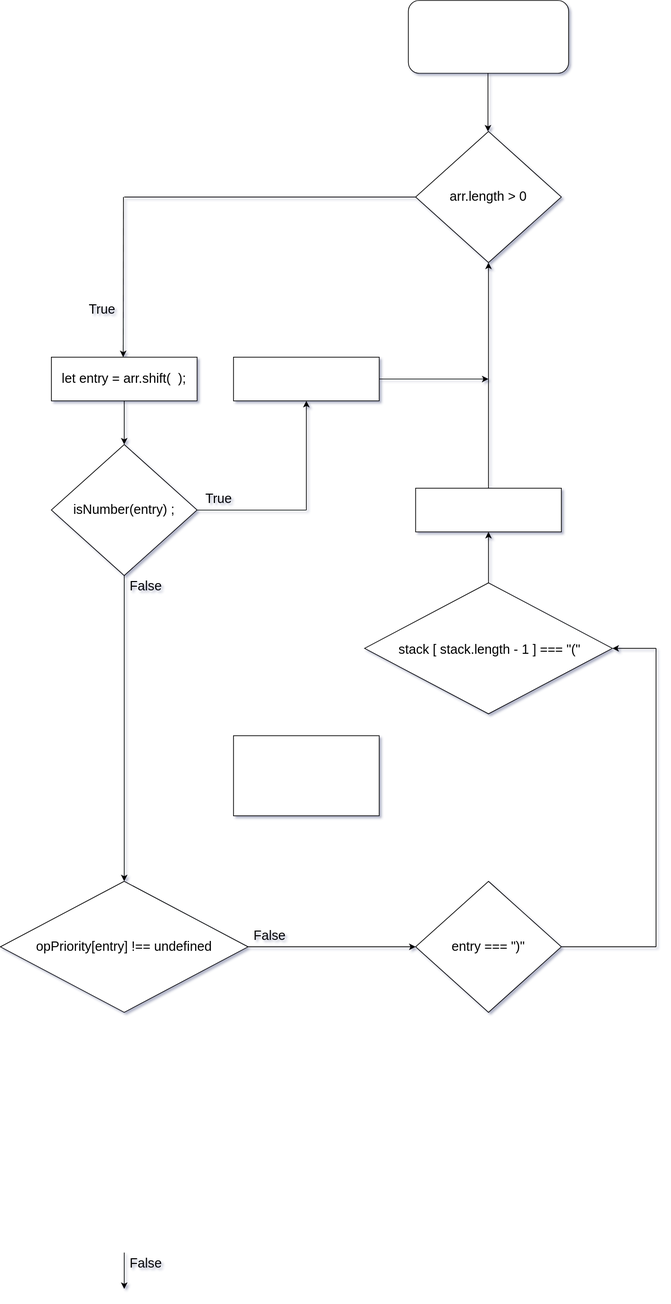
Before: Untitled Diagram.drawio.svg, a diagram exported from draw.io (jcgm3205/jcgm3205). Source tidied: cells renumbered, new cells last; positions are measured from the earlier drawing's top-left corner, leaving out a move shared by most shapes.
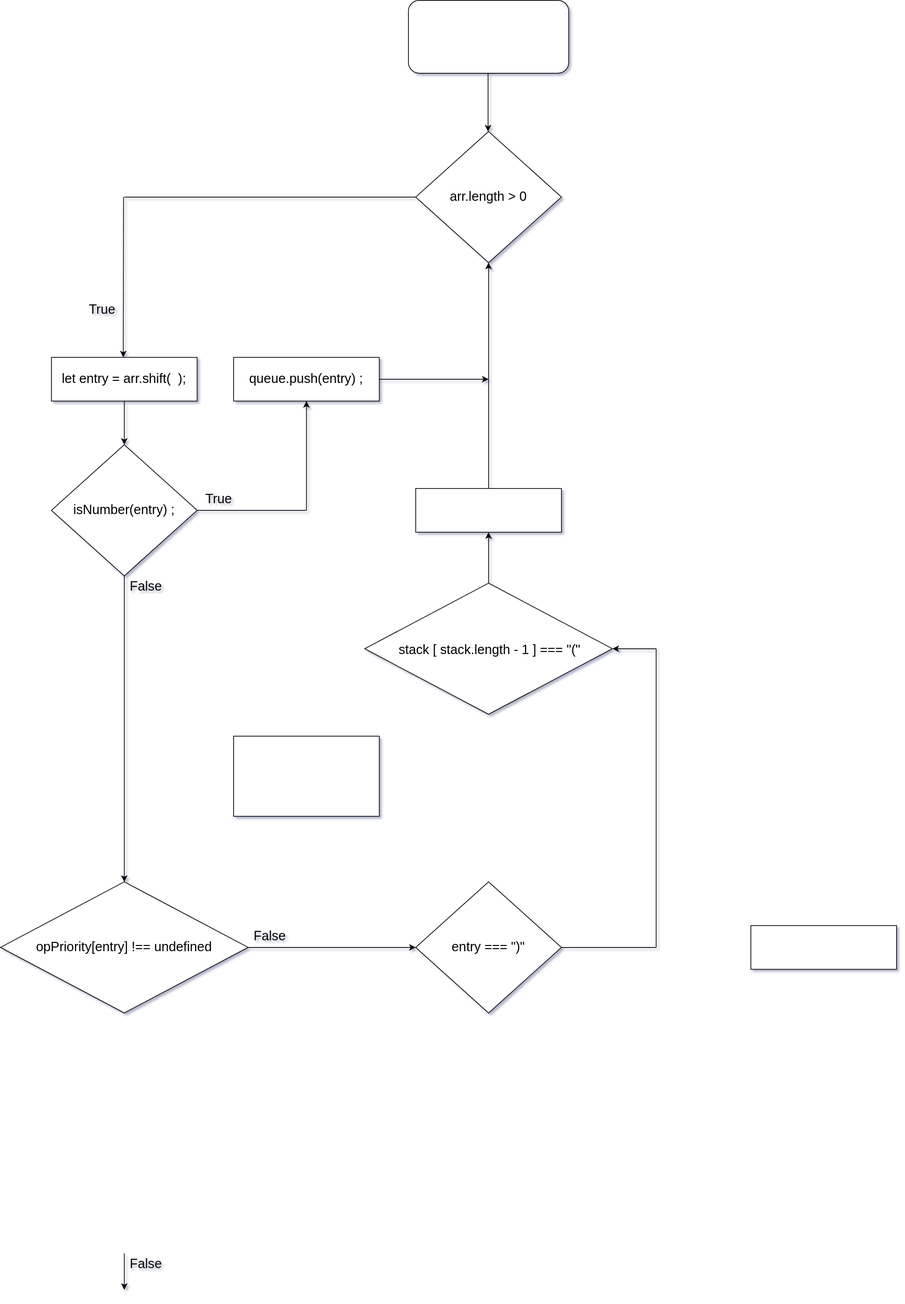
After the commit.

The edit, as a diff of the source:
```diff
@@ -144,5 +144,11 @@
     <mxCell id="37" style="rounded=0;whiteSpace=wrap;html=1;fontSize=18;" parent="1" vertex="1">
       <mxGeometry x="320" y="1010" width="200" height="110" as="geometry" />
     </mxCell>
+    <mxCell id="38" style="rounded=0;whiteSpace=wrap;html=1;fontSize=18;" parent="1" vertex="1">
+      <mxGeometry x="1030" y="1270" width="200" height="60" as="geometry" />
+    </mxCell>
+    <mxCell id="39" value="queue.push(entry) ;" style="text;html=1;strokeColor=none;fillColor=none;align=center;verticalAlign=middle;whiteSpace=wrap;rounded=0;fontSize=18;" parent="1" vertex="1">
+      <mxGeometry x="320" y="505" width="200" height="30" as="geometry" />
+    </mxCell>
   </root>
 </mxGraphModel>
```
